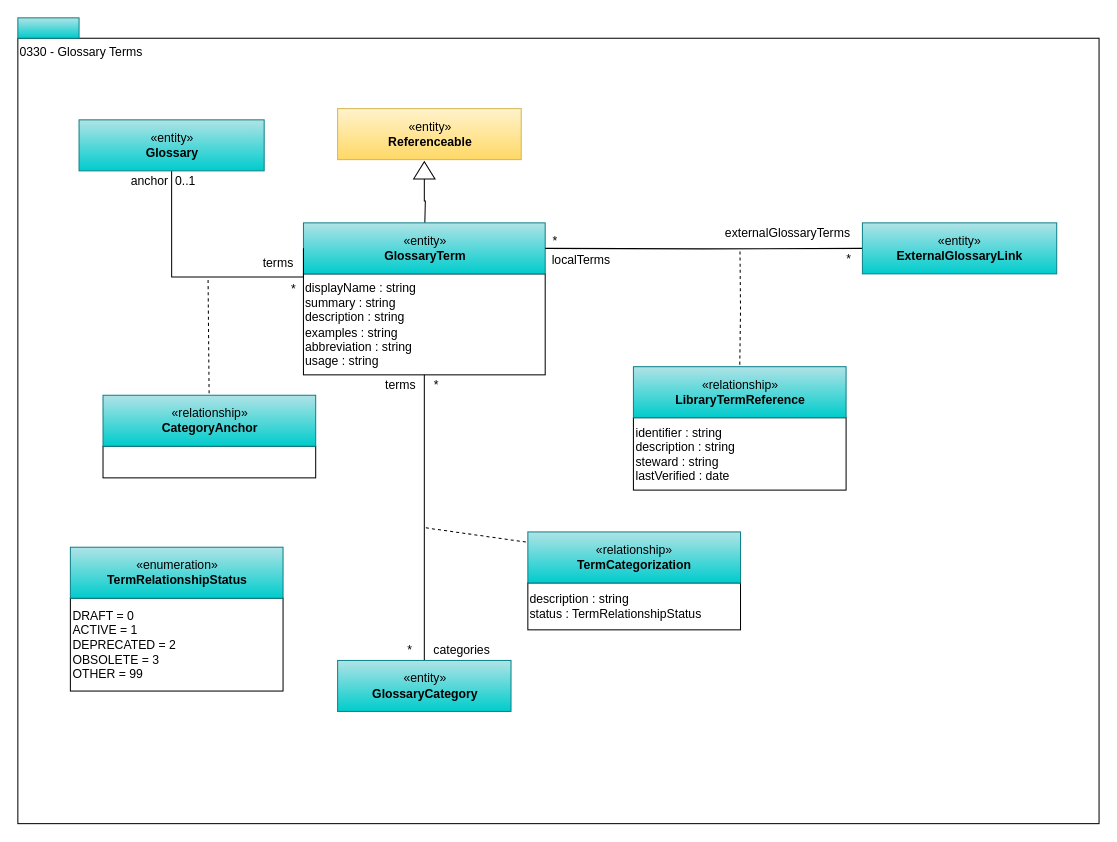
odpi/egeria-docs keeps this draw.io diagram as page "0330-Terms" (4 of 13) of site/docs/types/3/area-3-glossary.drawio. Above is the earlier version. Source tidied: cells renumbered, new cells numbered last; positions are measured from the earlier drawing's top-left corner, leaving out a move shared by most shapes. Both pictures are drawn from the tidied source at 102%, with x=0, y=0 at pixel (17, 17).
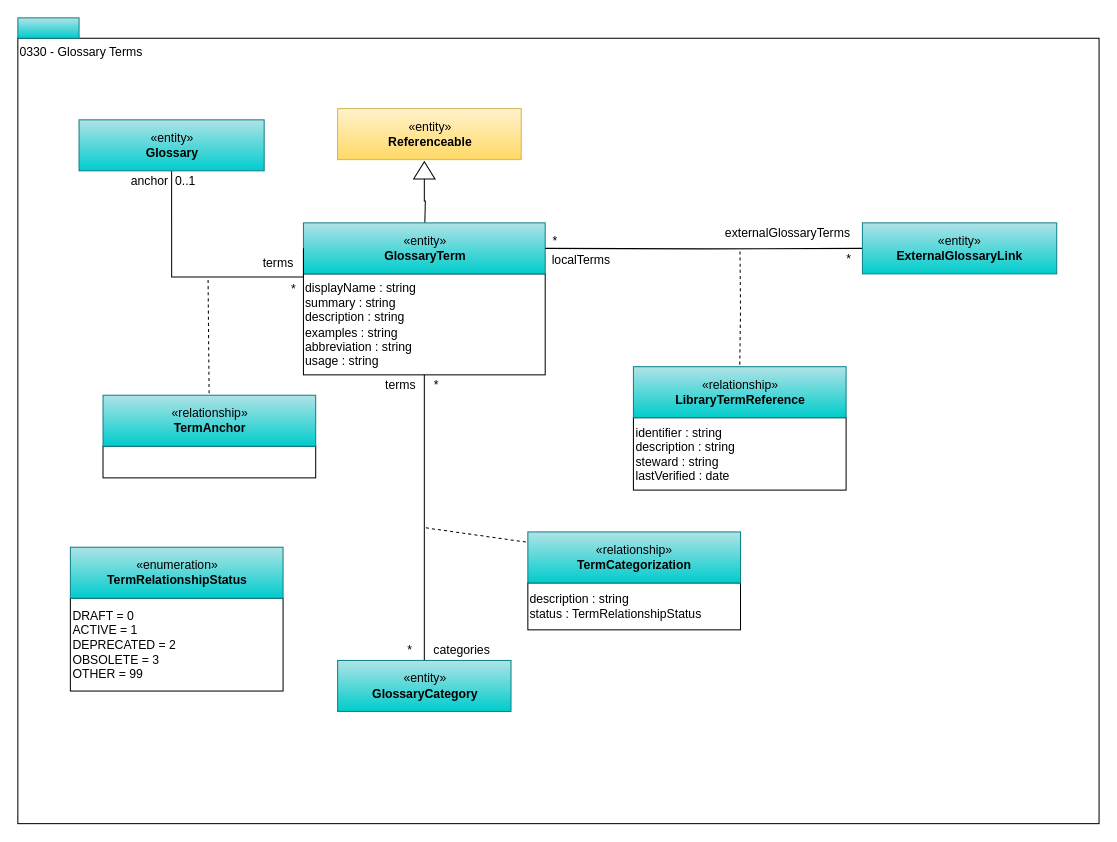
Above is the later version.

Diff of the diagram source:
```diff
@@
-    <mxCell id="15" value="«relationship»&lt;br&gt;&lt;b&gt;CategoryAnchor&lt;/b&gt;" style="html=1;strokeColor=#0e8088;align=center;fillColor=#b0e3e6;gradientColor=#00CCCC;" parent="1" vertex="1">
+    <mxCell id="15" value="«relationship»&lt;br&gt;&lt;b&gt;TermAnchor&lt;/b&gt;" style="html=1;strokeColor=#0e8088;align=center;fillColor=#b0e3e6;gradientColor=#00CCCC;" parent="1" vertex="1">
       <mxGeometry x="83.5" y="370" width="208.5" height="50" as="geometry" />
     </mxCell>
```
